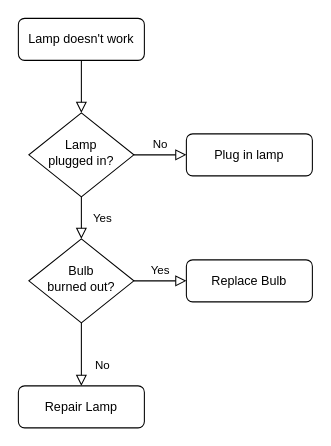
Before: Untitled Diagram.drawio in juanfstillo/draw-io, a draw.io diagram. Source tidied: cells renumbered, new cells numbered last; positions are measured from the earlier drawing's top-left corner, leaving out a move shared by most shapes. Both pictures are drawn from the tidied source at 105%, with x=0, y=0 at pixel (18, 18).
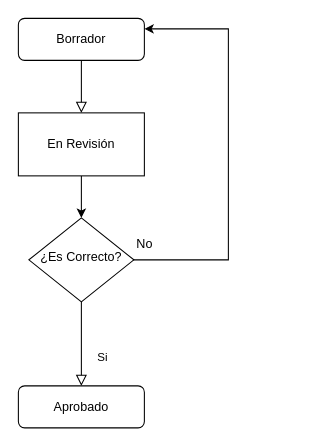
Above is the later version.

Commit message:
Flujo_estadoa

Change to the diagram source:
```diff
@@
 <mxGraphModel>
   <root>
     <mxCell id="0" />
     <mxCell id="1" parent="0" />
-    <mxCell id="2" style="rounded=0;html=1;jettySize=auto;fontSize=11;endArrow=block;endFill=0;endSize=8;strokeWidth=1;shadow=0;labelBackgroundColor=none;edgeStyle=orthogonalEdgeStyle;" parent="1" edge="1" source="3" target="6">
-      <mxGeometry relative="1" as="geometry" />
+    <mxCell id="2" style="rounded=0;html=1;jettySize=auto;fontSize=11;endArrow=block;endFill=0;endSize=8;strokeWidth=1;shadow=0;labelBackgroundColor=none;edgeStyle=orthogonalEdgeStyle;" parent="1" edge="1" source="3">
+      <mxGeometry relative="1" as="geometry">
+        <mxPoint x="60" y="90" as="targetPoint" />
+      </mxGeometry>
     </mxCell>
-    <mxCell id="3" value="Lamp doesn't work" style="rounded=1;whiteSpace=wrap;html=1;fontSize=12;glass=0;strokeWidth=1;shadow=0;" parent="1" vertex="1">
+    <mxCell id="3" value="Borrador" style="rounded=1;whiteSpace=wrap;html=1;fontSize=12;glass=0;strokeWidth=1;shadow=0;" parent="1" vertex="1">
       <mxGeometry width="120" height="40" as="geometry" />
     </mxCell>
-    <mxCell id="4" value="Yes" style="rounded=0;html=1;jettySize=auto;fontSize=11;endArrow=block;endFill=0;endSize=8;strokeWidth=1;shadow=0;labelBackgroundColor=none;edgeStyle=orthogonalEdgeStyle;" parent="1" edge="1" source="6" target="10">
-      <mxGeometry y="20" relative="1" as="geometry" />
-    </mxCell>
-    <mxCell id="5" value="No" style="edgeStyle=orthogonalEdgeStyle;rounded=0;html=1;jettySize=auto;fontSize=11;endArrow=block;endFill=0;endSize=8;strokeWidth=1;shadow=0;labelBackgroundColor=none;" parent="1" edge="1" source="6" target="7">
-      <mxGeometry y="10" relative="1" as="geometry" />
-    </mxCell>
-    <mxCell id="6" value="Lamp&lt;br&gt;plugged in?" style="rhombus;whiteSpace=wrap;html=1;shadow=0;fontFamily=Helvetica;fontSize=12;align=center;strokeWidth=1;spacing=6;spacingTop=-4;" parent="1" vertex="1">
-      <mxGeometry x="10" y="90" width="100" height="80" as="geometry" />
-    </mxCell>
-    <mxCell id="7" value="Plug in lamp" style="rounded=1;whiteSpace=wrap;html=1;fontSize=12;glass=0;strokeWidth=1;shadow=0;" parent="1" vertex="1">
-      <mxGeometry x="160" y="110" width="120" height="40" as="geometry" />
-    </mxCell>
-    <mxCell id="8" value="No" style="rounded=0;html=1;jettySize=auto;fontSize=11;endArrow=block;endFill=0;endSize=8;strokeWidth=1;shadow=0;labelBackgroundColor=none;edgeStyle=orthogonalEdgeStyle;" parent="1" edge="1" source="10" target="11">
+    <mxCell id="8" value="Si" style="rounded=0;html=1;jettySize=auto;fontSize=11;endArrow=block;endFill=0;endSize=8;strokeWidth=1;shadow=0;labelBackgroundColor=none;edgeStyle=orthogonalEdgeStyle;" parent="1" edge="1" source="10" target="11">
       <mxGeometry x="0.33" y="20" relative="1" as="geometry" />
     </mxCell>
-    <mxCell id="9" value="Yes" style="edgeStyle=orthogonalEdgeStyle;rounded=0;html=1;jettySize=auto;fontSize=11;endArrow=block;endFill=0;endSize=8;strokeWidth=1;shadow=0;labelBackgroundColor=none;" parent="1" edge="1" source="10" target="12">
-      <mxGeometry y="10" relative="1" as="geometry" />
-    </mxCell>
+    <mxCell id="13" style="edgeStyle=orthogonalEdgeStyle;rounded=0;jettySize=auto;html=1;entryX=1;entryY=0.25;entryDx=0;entryDy=0;" parent="1" edge="1" target="3">
+      <mxGeometry relative="1" as="geometry">
+        <mxPoint x="100" y="230" as="sourcePoint" />
+        <Array as="points">
+          <mxPoint x="200" y="230" />
+          <mxPoint x="200" y="10" />
+        </Array>
+      </mxGeometry>
+    </mxCell>
-    <mxCell id="10" value="Bulb&lt;br&gt;burned out?" style="rhombus;whiteSpace=wrap;html=1;shadow=0;fontFamily=Helvetica;fontSize=12;align=center;strokeWidth=1;spacing=6;spacingTop=-4;" parent="1" vertex="1">
-      <mxGeometry x="10" y="210" width="100" height="80" as="geometry" />
+    <mxCell id="10" value="¿Es Correcto?" style="rhombus;whiteSpace=wrap;html=1;shadow=0;fontFamily=Helvetica;fontSize=12;align=center;strokeWidth=1;spacing=6;spacingTop=-4;" parent="1" vertex="1">
+      <mxGeometry x="10" y="190" width="100" height="80" as="geometry" />
     </mxCell>
-    <mxCell id="11" value="Repair Lamp" style="rounded=1;whiteSpace=wrap;html=1;fontSize=12;glass=0;strokeWidth=1;shadow=0;" parent="1" vertex="1">
+    <mxCell id="11" value="Aprobado" style="rounded=1;whiteSpace=wrap;html=1;fontSize=12;glass=0;strokeWidth=1;shadow=0;" parent="1" vertex="1">
       <mxGeometry y="350" width="120" height="40" as="geometry" />
     </mxCell>
-    <mxCell id="12" value="Replace Bulb" style="rounded=1;whiteSpace=wrap;html=1;fontSize=12;glass=0;strokeWidth=1;shadow=0;" parent="1" vertex="1">
-      <mxGeometry x="160" y="230" width="120" height="40" as="geometry" />
-    </mxCell>
+    <mxCell id="14" style="edgeStyle=orthogonalEdgeStyle;rounded=0;jettySize=auto;html=1;entryX=0.5;entryY=0;entryDx=0;entryDy=0;" parent="1" edge="1" source="15" target="10">
+      <mxGeometry relative="1" as="geometry" />
+    </mxCell>
+    <mxCell id="15" value="En Revisión" style="rounded=0;whiteSpace=wrap;html=1;" parent="1" vertex="1">
+      <mxGeometry y="90" width="120" height="60" as="geometry" />
+    </mxCell>
+    <mxCell id="5" value="No&lt;br&gt;" style="text;html=1;align=center;verticalAlign=middle;strokeColor=none;fillColor=none;" parent="1" vertex="1">
+      <mxGeometry x="100" y="200" width="40" height="30" as="geometry" />
+    </mxCell>
   </root>
 </mxGraphModel>
```
